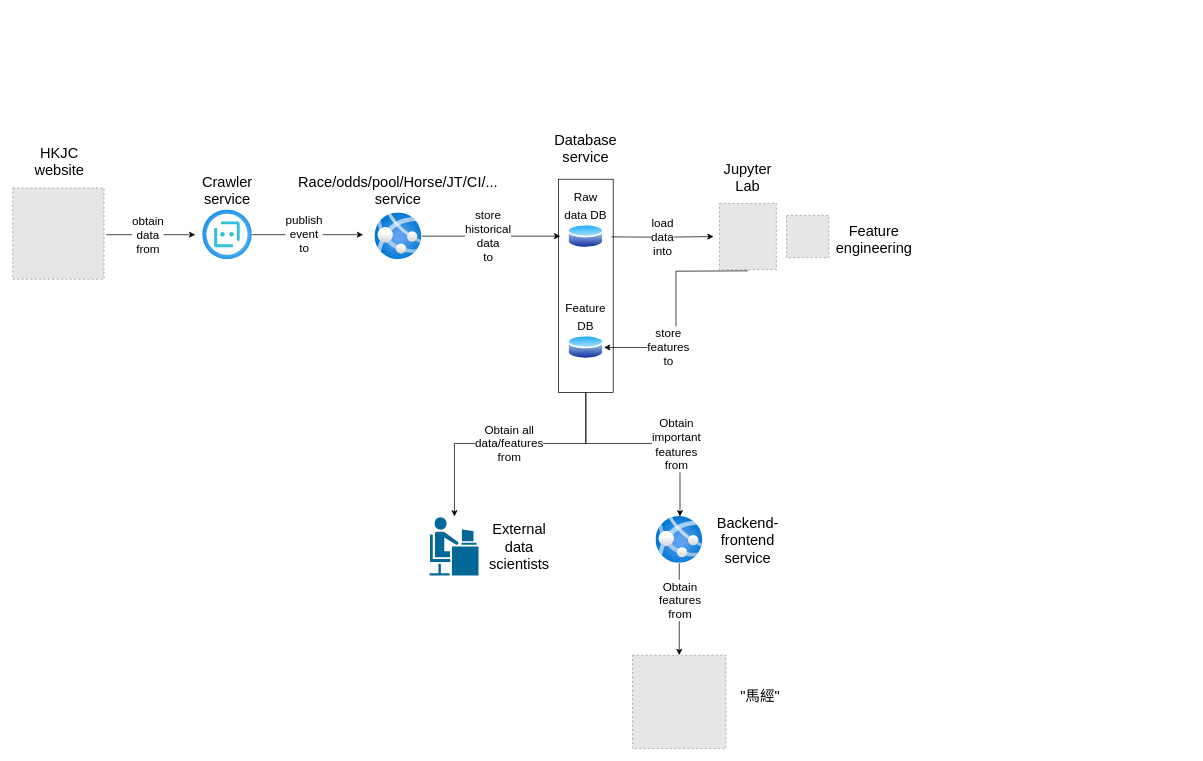
Above: page "Data process v2" (3 of 3) of feature_diagram.drawio in tommy202201/HKJC (draw.io), before the change. Source tidied: cells renumbered, new cells numbered last; positions are measured from the earlier drawing's top-left corner, leaving out a move shared by most shapes. Both pictures are drawn from the tidied source at 73%, with x=0, y=0 at pixel (12, 137). Pictures stored in the file or linked from it are replaced by grey dashed boxes.
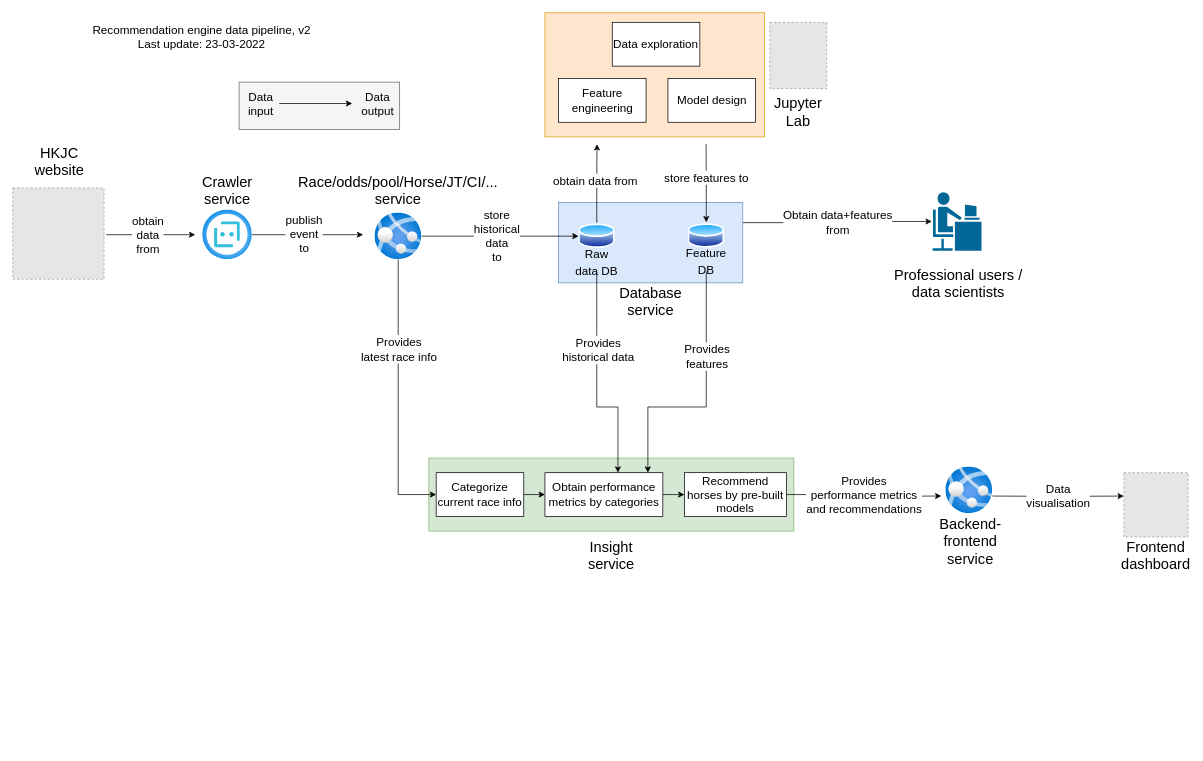
After the change.

The change refers to these unchanged cells:
```xml
<mxCell id="12" style="html=1;points=[];align=center;image;fontSize=12;image=img/lib/azure2/app_services/App_Services.svg;fillColor=#FFE6CC;gradientColor=#ffffff;gradientDirection=south;" parent="1" vertex="1">
  <mxGeometry x="496" y="104" width="64" height="64" as="geometry" />
</mxCell>
```

What changed in the source:
```diff
@@
+    <mxCell id="38" style="rounded=0;whiteSpace=wrap;html=1;fontSize=16;strokeColor=#666666;fillColor=#f5f5f5;fontColor=#333333;" parent="1" vertex="1">
+      <mxGeometry x="310" y="-75" width="220" height="65" as="geometry" />
+    </mxCell>
+    <mxCell id="39" style="rounded=0;whiteSpace=wrap;html=1;fontSize=16;strokeColor=#82b366;fillColor=#d5e8d4;" parent="1" vertex="1">
+      <mxGeometry x="570" y="440" width="500" height="100" as="geometry" />
+    </mxCell>
+    <mxCell id="40" style="rounded=0;whiteSpace=wrap;html=1;fontSize=16;fillColor=#ffe6cc;strokeColor=#d79b00;" parent="1" vertex="1">
+      <mxGeometry x="729" y="-170" width="301" height="170" as="geometry" />
+    </mxCell>
+    <mxCell id="41" value="Obtain data+features&lt;br&gt;from" style="edgeStyle=orthogonalEdgeStyle;rounded=0;jettySize=auto;html=1;exitX=1;exitY=0.25;exitDx=0;exitDy=0;fontSize=16;startArrow=none;startFill=0;endArrow=classic;endFill=1;" parent="1" edge="1" source="2" target="25">
+      <mxGeometry relative="1" as="geometry" />
+    </mxCell>
-    <mxCell id="2" style="rounded=0;whiteSpace=wrap;html=1;fontSize=16;gradientDirection=south;" parent="1" vertex="1">
-      <mxGeometry x="747.5" y="58" width="75" height="292" as="geometry" />
+    <mxCell id="2" style="rounded=0;whiteSpace=wrap;html=1;fontSize=16;gradientDirection=south;fillColor=#dae8fc;strokeColor=#6c8ebf;" parent="1" vertex="1">
+      <mxGeometry x="747.5" y="90" width="252.5" height="110" as="geometry" />
     </mxCell>
@@
-    <mxCell id="10" style="edgeStyle=orthogonalEdgeStyle;rounded=0;jettySize=auto;html=1;fontSize=20;" parent="1" edge="1" source="12">
-      <mxGeometry relative="1" as="geometry">
-        <mxPoint x="750" y="136" as="targetPoint" />
-      </mxGeometry>
+    <mxCell id="10" style="edgeStyle=orthogonalEdgeStyle;rounded=0;jettySize=auto;html=1;fontSize=20;entryX=0;entryY=0.5;entryDx=0;entryDy=0;" parent="1" edge="1" source="12" target="15">
+      <mxGeometry relative="1" as="geometry" />
     </mxCell>
@@
+    <mxCell id="42" style="edgeStyle=orthogonalEdgeStyle;rounded=0;jettySize=auto;html=1;fontSize=16;startArrow=none;startFill=0;endArrow=classic;endFill=1;entryX=0;entryY=0.5;entryDx=0;entryDy=0;" parent="1" edge="1" source="12" target="61">
+      <mxGeometry relative="1" as="geometry">
+        <Array as="points">
+          <mxPoint x="528" y="490" />
+        </Array>
+      </mxGeometry>
+    </mxCell>
+    <mxCell id="43" value="Provides&lt;br&gt;latest race info" style="edgeLabel;html=1;align=center;verticalAlign=middle;fontSize=16;" parent="42" vertex="1">
+      <mxGeometry x="-0.35" relative="1" as="geometry" />
+    </mxCell>
@@
-    <mxCell id="14" value="load&lt;br&gt;data&lt;br&gt;into" style="edgeStyle=orthogonalEdgeStyle;rounded=0;orthogonalLoop=1;jettySize=auto;html=1;fontSize=16;" parent="1" edge="1">
-      <mxGeometry relative="1" as="geometry">
-        <mxPoint x="820" y="137" as="sourcePoint" />
-        <mxPoint x="960" y="136.5" as="targetPoint" />
-      </mxGeometry>
-    </mxCell>
+    <mxCell id="44" style="edgeStyle=orthogonalEdgeStyle;rounded=0;jettySize=auto;html=1;exitX=0.5;exitY=0;exitDx=0;exitDy=0;fontSize=16;startArrow=none;startFill=0;endArrow=classic;endFill=1;" parent="1" edge="1" source="15">
+      <mxGeometry relative="1" as="geometry">
+        <mxPoint x="800.3" y="10" as="targetPoint" />
+      </mxGeometry>
+    </mxCell>
+    <mxCell id="45" value="obtain data from" style="edgeLabel;html=1;align=center;verticalAlign=middle;fontSize=16;" parent="44" vertex="1">
+      <mxGeometry x="0.1" y="3" relative="1" as="geometry">
+        <mxPoint y="1" as="offset" />
+      </mxGeometry>
+    </mxCell>
     <mxCell id="15" style="perimeter=ellipsePerimeter;html=1;align=center;shadow=0;dashed=0;spacingTop=3;image;image=img/lib/active_directory/database.svg;fontSize=20;fillColor=#FFE6CC;gradientColor=#ffffff;gradientDirection=south;" parent="1" vertex="1">
-      <mxGeometry x="760" y="118" width="50" height="37" as="geometry" />
+      <mxGeometry x="775" y="117.5" width="50" height="37" as="geometry" />
     </mxCell>
-    <mxCell id="16" value="Obtain all&lt;br style=&quot;font-size: 16px&quot;&gt;data/features&lt;br style=&quot;font-size: 16px&quot;&gt;from" style="edgeStyle=orthogonalEdgeStyle;rounded=0;jettySize=auto;html=1;fontSize=16;" parent="1" edge="1" target="25">
-      <mxGeometry relative="1" as="geometry">
-        <mxPoint x="785" y="350" as="sourcePoint" />
-        <Array as="points">
-          <mxPoint x="785" y="420" />
-          <mxPoint x="605" y="420" />
-        </Array>
-      </mxGeometry>
-    </mxCell>
-    <mxCell id="17" style="edgeStyle=orthogonalEdgeStyle;rounded=0;orthogonalLoop=1;jettySize=auto;html=1;fontSize=20;" parent="1" edge="1">
-      <mxGeometry relative="1" as="geometry">
-        <mxPoint x="785" y="350" as="sourcePoint" />
-        <mxPoint x="914" y="520" as="targetPoint" />
-        <Array as="points">
-          <mxPoint x="785" y="420" />
-          <mxPoint x="914" y="420" />
-        </Array>
-      </mxGeometry>
-    </mxCell>
-    <mxCell id="18" value="Obtain&lt;br style=&quot;font-size: 16px;&quot;&gt;important&lt;br style=&quot;font-size: 16px;&quot;&gt;features&lt;br style=&quot;font-size: 16px;&quot;&gt;from" style="edgeLabel;html=1;align=center;verticalAlign=middle;fontSize=16;" parent="17" vertex="1">
-      <mxGeometry x="0.29" relative="1" as="geometry" />
-    </mxCell>
     <mxCell id="19" value="Database&lt;br&gt;service" style="text;html=1;strokeColor=none;fillColor=none;align=center;verticalAlign=middle;whiteSpace=wrap;rounded=0;fontSize=20;" parent="1" vertex="1">
-      <mxGeometry x="755" width="60" height="30" as="geometry" />
+      <mxGeometry x="843.8" y="210" width="60" height="30" as="geometry" />
     </mxCell>
-    <mxCell id="20" style="edgeStyle=orthogonalEdgeStyle;rounded=0;jettySize=auto;html=1;exitX=0.5;exitY=1;exitDx=0;exitDy=0;entryX=1;entryY=0.5;entryDx=0;entryDy=0;fontSize=16;" parent="1" edge="1" target="33">
-      <mxGeometry relative="1" as="geometry">
-        <mxPoint x="1007" y="183.5" as="sourcePoint" />
-      </mxGeometry>
-    </mxCell>
-    <mxCell id="21" value="store&lt;br&gt;features&lt;br&gt;to" style="edgeLabel;html=1;align=center;verticalAlign=middle;fontSize=16;" parent="20" vertex="1">
-      <mxGeometry x="0.42" y="-1" relative="1" as="geometry" />
-    </mxCell>
     <mxCell id="22" value="Jupyter Lab" style="text;html=1;strokeColor=none;fillColor=none;align=center;verticalAlign=middle;whiteSpace=wrap;rounded=0;fontSize=20;" parent="1" vertex="1">
-      <mxGeometry x="977" y="40" width="60" height="30" as="geometry" />
+      <mxGeometry x="1046" y="-50" width="60" height="30" as="geometry" />
     </mxCell>
-    <mxCell id="23" style="fillColor=#E6E6E6;strokeColor=#999999;dashed=1;html=1;verticalAlign=top;verticalLabelPosition=bottom;labelBackgroundColor=#ffffff;fontSize=20;" parent="1" vertex="1">
-      <mxGeometry x="1060" y="107.5" width="58" height="58" as="geometry" />
-    </mxCell>
-    <mxCell id="24" value="Feature&lt;br&gt;engineering" style="text;html=1;strokeColor=none;fillColor=none;align=center;verticalAlign=middle;whiteSpace=wrap;rounded=0;fontSize=20;" parent="1" vertex="1">
-      <mxGeometry x="1150" y="125" width="60" height="30" as="geometry" />
-    </mxCell>
     <mxCell id="25" style="shape=mxgraph.cisco.people.androgenous_person;html=1;dashed=0;fillColor=#036897;strokeColor=#ffffff;strokeWidth=2;verticalLabelPosition=bottom;verticalAlign=top;align=center;outlineConnect=0;fontSize=20;" parent="1" vertex="1">
-      <mxGeometry x="570" y="520" width="69" height="82" as="geometry" />
+      <mxGeometry x="1259" y="74.9" width="69" height="82" as="geometry" />
     </mxCell>
-    <mxCell id="26" value="External data&lt;br&gt;scientists" style="text;html=1;strokeColor=none;fillColor=none;align=center;verticalAlign=middle;whiteSpace=wrap;rounded=0;fontSize=20;" parent="1" vertex="1">
-      <mxGeometry x="664" y="546" width="60" height="30" as="geometry" />
+    <mxCell id="26" value="Professional users / data scientists" style="text;html=1;strokeColor=none;fillColor=none;align=center;verticalAlign=middle;whiteSpace=wrap;rounded=0;fontSize=20;" parent="1" vertex="1">
+      <mxGeometry x="1200" y="185.1" width="191" height="30" as="geometry" />
     </mxCell>
     <mxCell id="27" style="fillColor=#E6E6E6;strokeColor=#999999;dashed=1;html=1;verticalAlign=top;verticalLabelPosition=bottom;labelBackgroundColor=#ffffff;fontSize=20;" parent="1" vertex="1">
-      <mxGeometry x="849" y="710" width="128" height="128" as="geometry" />
+      <mxGeometry x="1522" y="460" width="88" height="88" as="geometry" />
     </mxCell>
     <mxCell id="28" value="Backend-frontend&lt;br&gt;service" style="text;html=1;strokeColor=none;fillColor=none;align=center;verticalAlign=middle;whiteSpace=wrap;rounded=0;fontSize=20;" parent="1" vertex="1">
-      <mxGeometry x="977" y="537" width="60" height="30" as="geometry" />
+      <mxGeometry x="1282" y="538" width="60" height="30" as="geometry" />
     </mxCell>
-    <mxCell id="29" style="edgeStyle=orthogonalEdgeStyle;rounded=0;jettySize=auto;html=1;fontSize=16;" parent="1" edge="1" source="31" target="27">
-      <mxGeometry relative="1" as="geometry" />
-    </mxCell>
-    <mxCell id="30" value="Obtain&lt;br&gt;features&lt;br&gt;from" style="edgeLabel;html=1;align=center;verticalAlign=middle;fontSize=16;" parent="29" vertex="1">
-      <mxGeometry x="-0.21" relative="1" as="geometry" />
-    </mxCell>
+    <mxCell id="46" value="Data&lt;br&gt;visualisation" style="edgeStyle=orthogonalEdgeStyle;rounded=0;jettySize=auto;html=1;entryX=0;entryY=0.364;entryDx=0;entryDy=0;entryPerimeter=0;fontSize=16;startArrow=none;startFill=0;endArrow=classic;endFill=1;" parent="1" edge="1" target="27">
+      <mxGeometry relative="1" as="geometry">
+        <mxPoint x="1342" y="492" as="sourcePoint" />
+      </mxGeometry>
+    </mxCell>
     <mxCell id="31" style="html=1;points=[];align=center;image;fontSize=12;image=img/lib/azure2/app_services/App_Services.svg;fillColor=#FFE6CC;gradientColor=#ffffff;gradientDirection=south;" parent="1" vertex="1">
-      <mxGeometry x="881" y="520" width="64" height="64" as="geometry" />
+      <mxGeometry x="1278" y="452" width="64" height="64" as="geometry" />
     </mxCell>
-    <mxCell id="32" value="&quot;馬經&quot;" style="text;html=1;strokeColor=none;fillColor=none;align=center;verticalAlign=middle;whiteSpace=wrap;rounded=0;fontSize=20;" parent="1" vertex="1">
-      <mxGeometry x="994" y="750" width="60" height="30" as="geometry" />
+    <mxCell id="32" value="Frontend dashboard" style="text;html=1;strokeColor=none;fillColor=none;align=center;verticalAlign=middle;whiteSpace=wrap;rounded=0;fontSize=20;" parent="1" vertex="1">
+      <mxGeometry x="1536" y="558" width="60" height="30" as="geometry" />
     </mxCell>
+    <mxCell id="47" style="edgeStyle=orthogonalEdgeStyle;rounded=0;jettySize=auto;html=1;exitX=0.5;exitY=0;exitDx=0;exitDy=0;fontSize=16;startArrow=classic;startFill=1;endArrow=none;endFill=0;" parent="1" edge="1" source="33">
+      <mxGeometry relative="1" as="geometry">
+        <mxPoint x="949.7" y="10" as="targetPoint" />
+      </mxGeometry>
+    </mxCell>
+    <mxCell id="21" value="store features to" style="edgeLabel;html=1;align=center;verticalAlign=middle;fontSize=16;" parent="47" vertex="1">
+      <mxGeometry x="0.15" y="1" relative="1" as="geometry" />
+    </mxCell>
     <mxCell id="33" style="perimeter=ellipsePerimeter;html=1;align=center;shadow=0;dashed=0;spacingTop=3;image;image=img/lib/active_directory/database.svg;fontSize=20;fillColor=#FFE6CC;gradientColor=#ffffff;gradientDirection=south;" parent="1" vertex="1">
-      <mxGeometry x="760" y="270" width="50" height="37" as="geometry" />
+      <mxGeometry x="925" y="117" width="50" height="37" as="geometry" />
     </mxCell>
+    <mxCell id="48" style="edgeStyle=orthogonalEdgeStyle;rounded=0;jettySize=auto;html=1;fontSize=16;startArrow=none;startFill=0;endArrow=classic;endFill=1;" parent="1" edge="1" source="34" target="63">
+      <mxGeometry relative="1" as="geometry">
+        <Array as="points">
+          <mxPoint x="800" y="370" />
+          <mxPoint x="829" y="370" />
+        </Array>
+      </mxGeometry>
+    </mxCell>
+    <mxCell id="49" value="Provides&lt;br&gt;historical data" style="edgeLabel;html=1;align=center;verticalAlign=middle;fontSize=16;" parent="48" vertex="1">
+      <mxGeometry x="-0.3" y="1" relative="1" as="geometry" />
+    </mxCell>
     <mxCell id="34" value="&lt;span style=&quot;font-size: 16px&quot;&gt;Raw data DB&lt;/span&gt;" style="text;html=1;strokeColor=none;fillColor=none;align=center;verticalAlign=middle;whiteSpace=wrap;rounded=0;fontSize=20;" parent="1" vertex="1">
-      <mxGeometry x="755" y="77.5" width="60" height="30" as="geometry" />
+      <mxGeometry x="770" y="154.5" width="60" height="30" as="geometry" />
     </mxCell>
+    <mxCell id="50" style="edgeStyle=orthogonalEdgeStyle;rounded=0;jettySize=auto;html=1;fontSize=16;startArrow=none;startFill=0;endArrow=classic;endFill=1;entryX=0.6;entryY=0.2;entryDx=0;entryDy=0;entryPerimeter=0;" parent="1" edge="1" source="35" target="39">
+      <mxGeometry relative="1" as="geometry">
+        <Array as="points">
+          <mxPoint x="950" y="370" />
+          <mxPoint x="870" y="370" />
+        </Array>
+      </mxGeometry>
+    </mxCell>
+    <mxCell id="51" value="Provides&lt;br&gt;features" style="edgeLabel;html=1;align=center;verticalAlign=middle;fontSize=16;" parent="50" vertex="1">
+      <mxGeometry x="-0.35" relative="1" as="geometry" />
+    </mxCell>
     <mxCell id="35" value="&lt;span style=&quot;font-size: 16px&quot;&gt;Feature&lt;br&gt;DB&lt;br&gt;&lt;/span&gt;" style="text;html=1;strokeColor=none;fillColor=none;align=center;verticalAlign=middle;whiteSpace=wrap;rounded=0;fontSize=20;" parent="1" vertex="1">
-      <mxGeometry x="755" y="230" width="60" height="30" as="geometry" />
+      <mxGeometry x="920" y="154" width="60" height="30" as="geometry" />
     </mxCell>
     <mxCell id="36" style="fillColor=#E6E6E6;strokeColor=#999999;dashed=1;verticalLabelPosition=bottom;labelBackgroundColor=default;verticalAlign=top;" parent="1" vertex="1">
-      <mxGeometry x="968" y="91.1" width="78" height="90.8" as="geometry" />
+      <mxGeometry x="1037" y="-156.9" width="78" height="90.8" as="geometry" />
     </mxCell>
@@
+    <mxCell id="52" value="Provides&lt;br&gt;performance metrics&lt;br&gt;and recommendations" style="edgeStyle=orthogonalEdgeStyle;rounded=0;jettySize=auto;html=1;fontSize=16;startArrow=none;startFill=0;endArrow=classic;endFill=1;exitX=1;exitY=0.5;exitDx=0;exitDy=0;" parent="1" edge="1" source="64">
+      <mxGeometry relative="1" as="geometry">
+        <mxPoint x="1272" y="492" as="targetPoint" />
+      </mxGeometry>
+    </mxCell>
+    <mxCell id="53" value="Insight&lt;br&gt;service" style="text;html=1;strokeColor=none;fillColor=none;align=center;verticalAlign=middle;whiteSpace=wrap;rounded=0;fontSize=20;" parent="1" vertex="1">
+      <mxGeometry x="790" y="558" width="60" height="30" as="geometry" />
+    </mxCell>
+    <mxCell id="24" value="Feature engineering" style="rounded=0;whiteSpace=wrap;html=1;fontSize=16;strokeColor=default;" parent="1" vertex="1">
+      <mxGeometry x="747.5" y="-80" width="120" height="60" as="geometry" />
+    </mxCell>
+    <mxCell id="54" value="Model design" style="rounded=0;whiteSpace=wrap;html=1;fontSize=16;strokeColor=default;" parent="1" vertex="1">
+      <mxGeometry x="897.5" y="-80" width="120" height="60" as="geometry" />
+    </mxCell>
+    <mxCell id="55" value="Data exploration" style="rounded=0;whiteSpace=wrap;html=1;fontSize=16;strokeColor=default;" parent="1" vertex="1">
+      <mxGeometry x="821.2" y="-156.9" width="120" height="60" as="geometry" />
+    </mxCell>
+    <mxCell id="56" style="endArrow=classic;html=1;rounded=0;fontSize=16;" parent="1" edge="1">
+      <mxGeometry relative="1" as="geometry">
+        <mxPoint x="365" y="-45.7" as="sourcePoint" />
+        <mxPoint x="465" y="-45.7" as="targetPoint" />
+      </mxGeometry>
+    </mxCell>
+    <mxCell id="57" value="Data input" style="text;html=1;strokeColor=none;fillColor=none;align=center;verticalAlign=middle;whiteSpace=wrap;rounded=0;fontSize=16;" parent="1" vertex="1">
+      <mxGeometry x="310" y="-60" width="60" height="30" as="geometry" />
+    </mxCell>
+    <mxCell id="58" value="Data output" style="text;html=1;strokeColor=none;fillColor=none;align=center;verticalAlign=middle;whiteSpace=wrap;rounded=0;fontSize=16;" parent="1" vertex="1">
+      <mxGeometry x="470" y="-60" width="60" height="30" as="geometry" />
+    </mxCell>
+    <mxCell id="59" value="Recommendation engine data pipeline, v2&lt;br&gt;Last update: 23-03-2022" style="text;html=1;strokeColor=none;fillColor=none;align=center;verticalAlign=middle;whiteSpace=wrap;rounded=0;fontSize=16;" parent="1" vertex="1">
+      <mxGeometry x="94" y="-143" width="330" height="11" as="geometry" />
+    </mxCell>
+    <mxCell id="60" style="edgeStyle=orthogonalEdgeStyle;rounded=0;jettySize=auto;html=1;exitX=1;exitY=0.5;exitDx=0;exitDy=0;entryX=0;entryY=0.5;entryDx=0;entryDy=0;fontSize=16;startArrow=none;startFill=0;endArrow=classic;endFill=1;" parent="1" edge="1" source="61" target="63">
+      <mxGeometry relative="1" as="geometry" />
+    </mxCell>
+    <mxCell id="61" value="Categorize current race info" style="rounded=0;whiteSpace=wrap;html=1;fontSize=16;strokeColor=default;" parent="1" vertex="1">
+      <mxGeometry x="580" y="460" width="120" height="60" as="geometry" />
+    </mxCell>
+    <mxCell id="62" style="edgeStyle=orthogonalEdgeStyle;rounded=0;jettySize=auto;html=1;exitX=1;exitY=0.5;exitDx=0;exitDy=0;entryX=0;entryY=0.5;entryDx=0;entryDy=0;fontSize=16;startArrow=none;startFill=0;endArrow=classic;endFill=1;" parent="1" edge="1" source="63" target="64">
+      <mxGeometry relative="1" as="geometry" />
+    </mxCell>
+    <mxCell id="63" value="Obtain performance metrics by categories" style="rounded=0;whiteSpace=wrap;html=1;fontSize=16;strokeColor=default;" parent="1" vertex="1">
+      <mxGeometry x="729" y="460" width="161.5" height="60" as="geometry" />
+    </mxCell>
+    <mxCell id="64" value="Recommend horses by pre-built models" style="rounded=0;whiteSpace=wrap;html=1;fontSize=16;strokeColor=default;" parent="1" vertex="1">
+      <mxGeometry x="920" y="460" width="140" height="60" as="geometry" />
+    </mxCell>
```
